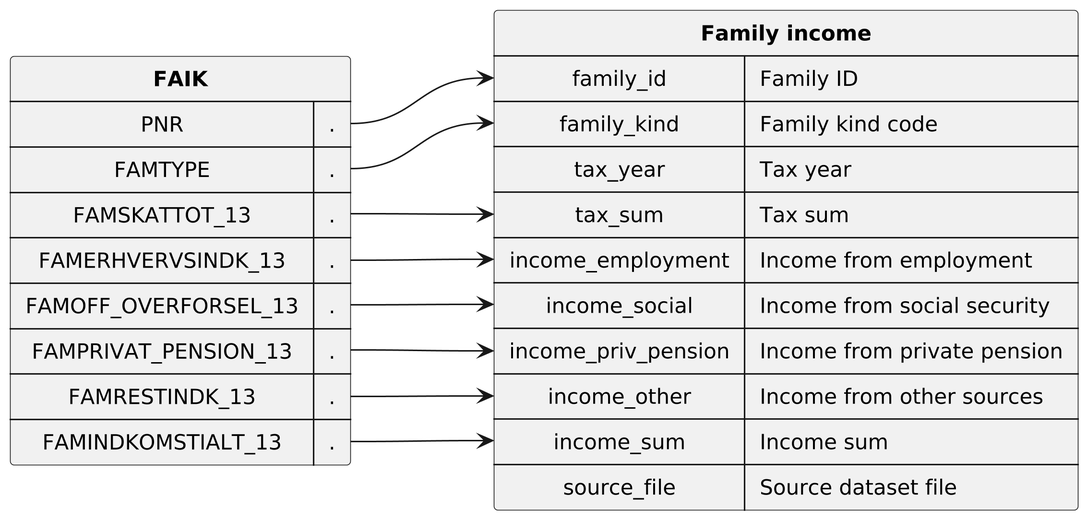
Above: docs/datasets/images/family_income_column_diagram.png in BioPsyk/dst-data-cleaner (PlantUML), before the change. The source it was exported from:
```plantuml
@startuml
skinparam dpi 300
skinparam shadowing false
skinparam monochrome true
skinparam padding 5
skinparam nodesep 80
skinparam ranksep 80
skinparam defaultTextAlignment center

map "<b>FAIK</b>" as FAIK {
  PNR => .
  FAMTYPE => .
  FAMSKATTOT_13 => .
  FAMERHVERVSINDK_13 => .
  FAMOFF_OVERFORSEL_13 => .
  FAMPRIVAT_PENSION_13 => .
  FAMRESTINDK_13 => .
  FAMINDKOMSTIALT_13 => .
}

map "<b>Family income</b>" as family_income {
  family_id => Family ID
  family_kind => Family kind code
  tax_year => Tax year
  tax_sum => Tax sum
  income_employment => Income from employment
  income_social => Income from social security
  income_priv_pension => Income from private pension
  income_other => Income from other sources
  income_sum => Income sum
  source_file => Source dataset file
}

FAIK::PNR -RIGHT-> family_income::family_id
FAIK::FAMTYPE -RIGHT-> family_income::family_kind
FAIK::FAMSKATTOT_13 -RIGHT-> family_income::tax_sum
FAIK::FAMERHVERVSINDK_13 -RIGHT-> family_income::income_employment
FAIK::FAMOFF_OVERFORSEL_13 -RIGHT-> family_income::income_social
FAIK::FAMPRIVAT_PENSION_13 -RIGHT-> family_income::income_priv_pension
FAIK::FAMRESTINDK_13 -RIGHT-> family_income::income_other
FAIK::FAMINDKOMSTIALT_13 -RIGHT-> family_income::income_sum
@enduml
```
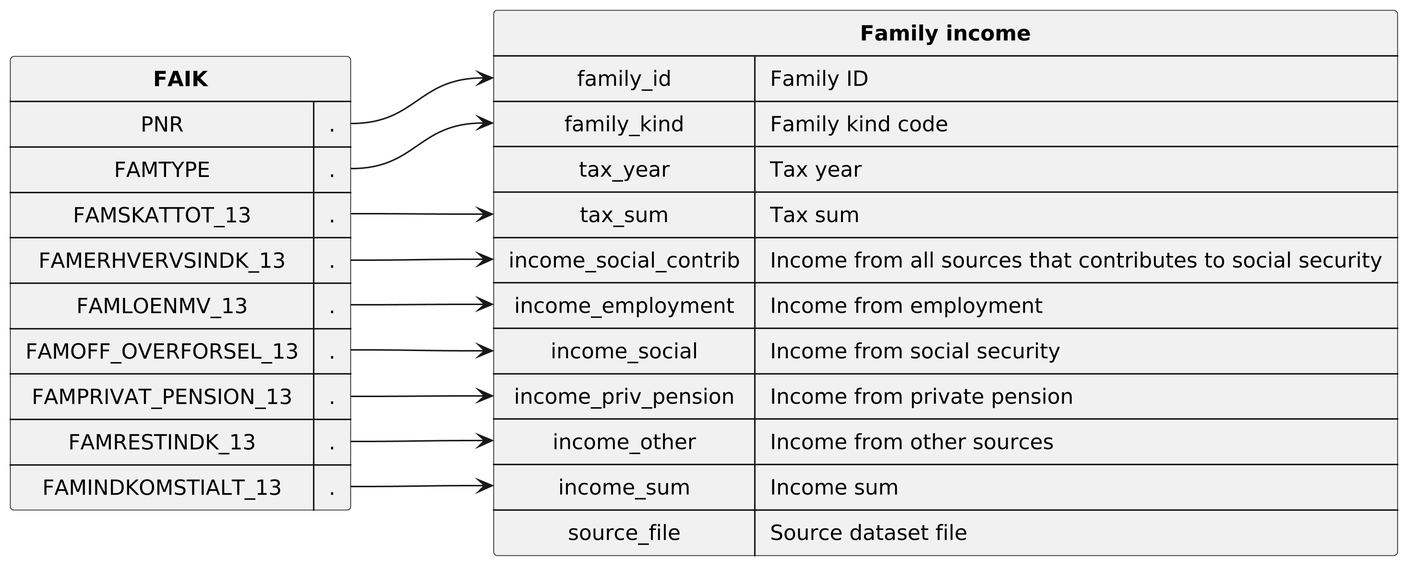
The same file after the commit.

The edit, as a diff of the source:
```diff
@@ -12,6 +12,7 @@
   FAMTYPE => .
   FAMSKATTOT_13 => .
   FAMERHVERVSINDK_13 => .
+  FAMLOENMV_13 => .
   FAMOFF_OVERFORSEL_13 => .
   FAMPRIVAT_PENSION_13 => .
   FAMRESTINDK_13 => .
@@ -23,6 +24,7 @@
   family_kind => Family kind code
   tax_year => Tax year
   tax_sum => Tax sum
+  income_social_contrib => Income from all sources that contributes to social security
   income_employment => Income from employment
   income_social => Income from social security
   income_priv_pension => Income from private pension
@@ -34,7 +36,8 @@
 FAIK::PNR -RIGHT-> family_income::family_id
 FAIK::FAMTYPE -RIGHT-> family_income::family_kind
 FAIK::FAMSKATTOT_13 -RIGHT-> family_income::tax_sum
-FAIK::FAMERHVERVSINDK_13 -RIGHT-> family_income::income_employment
+FAIK::FAMERHVERVSINDK_13 -RIGHT-> family_income::income_social_contrib
+FAIK::FAMLOENMV_13 -RIGHT-> family_income::income_employment
 FAIK::FAMOFF_OVERFORSEL_13 -RIGHT-> family_income::income_social
 FAIK::FAMPRIVAT_PENSION_13 -RIGHT-> family_income::income_priv_pension
 FAIK::FAMRESTINDK_13 -RIGHT-> family_income::income_other
```
